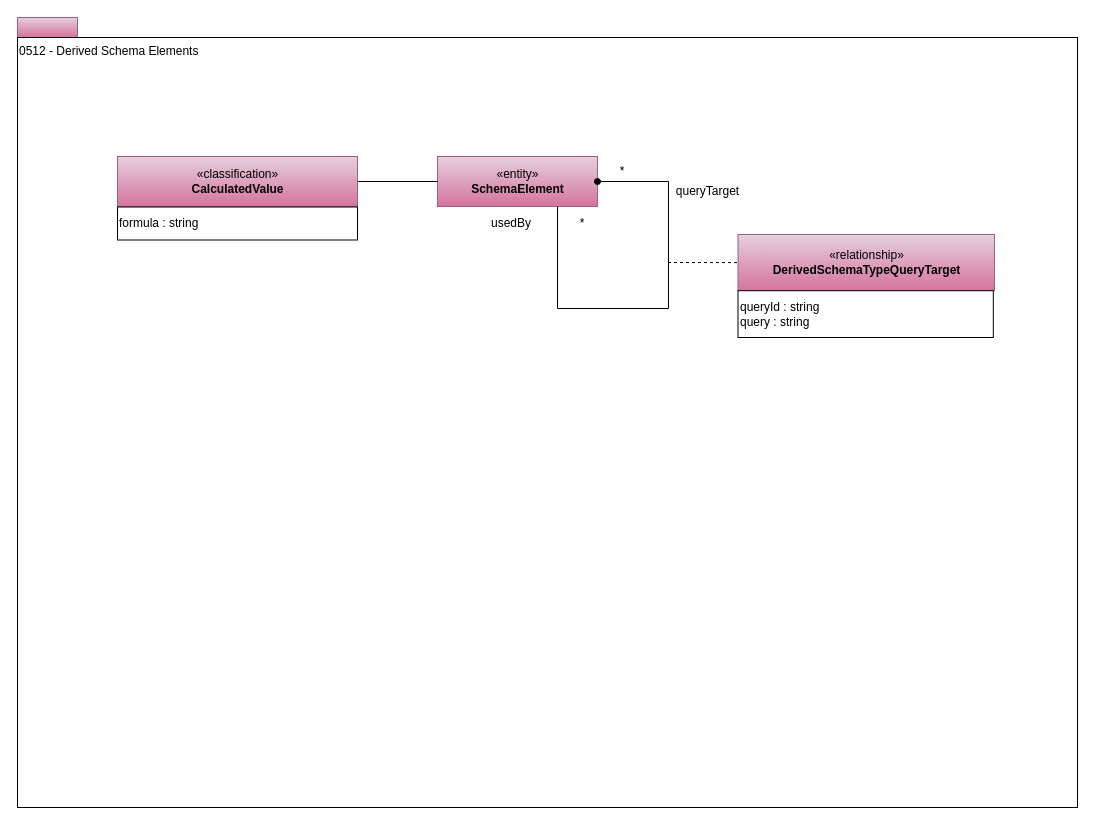
The draw.io diagram page "0512-Derived-Schema-Elements" (8 of 34) of site/docs/types/5/area-5-models-and-schema.drawio in odpi/egeria-docs, before the edit. Source tidied: cells renumbered, new cells numbered last; positions are measured from the earlier drawing's top-left corner, leaving out a move shared by most shapes. Both pictures are drawn from the tidied source at 100%, with x=0, y=0 at pixel (17, 17).
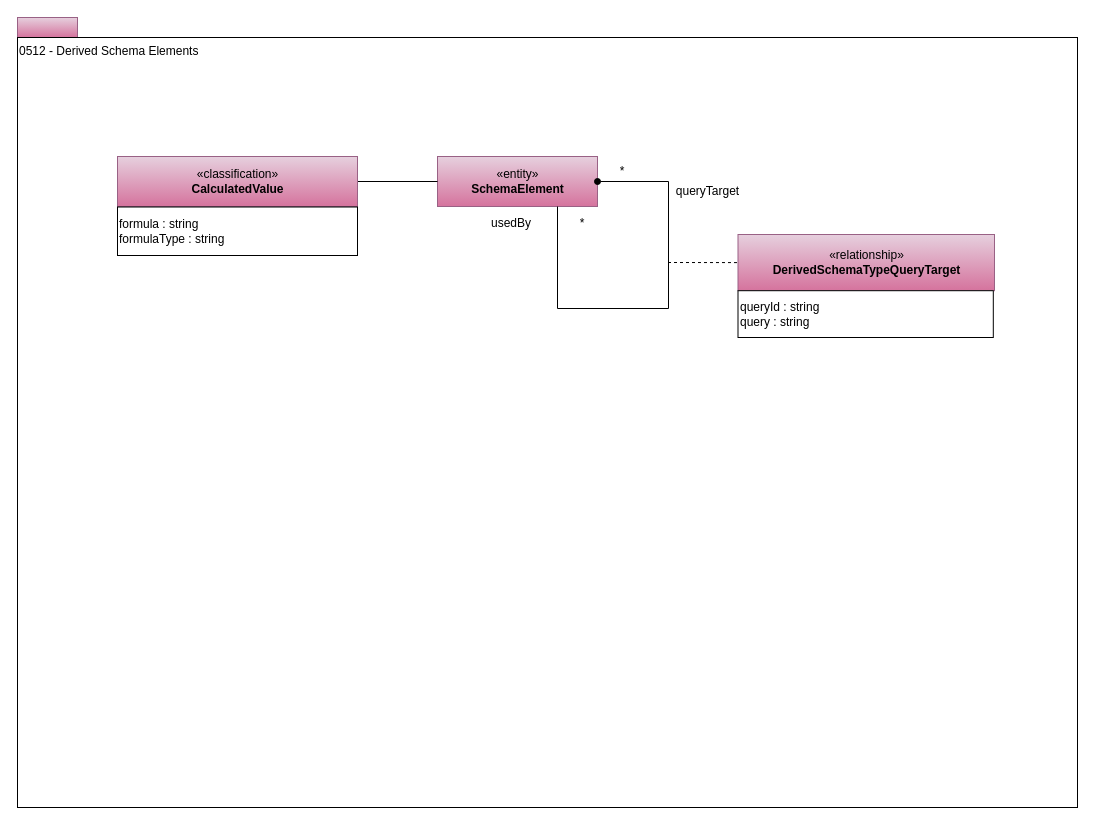
The same diagram, later.

What changed in the source:
```diff
@@
 <mxGraphModel>
   <root>
     <mxCell id="0" />
     <mxCell id="1" parent="0" />
     <mxCell id="2" style="rounded=0;whiteSpace=wrap;html=1;align=left;fillColor=#e6d0de;strokeColor=#996185;gradientColor=#d5739d;" parent="1" vertex="1">
       <mxGeometry width="60" height="20" as="geometry" />
     </mxCell>
     <mxCell id="3" value="0512 - Derived Schema Elements" style="rounded=0;whiteSpace=wrap;html=1;align=left;verticalAlign=top;" parent="1" vertex="1">
       <mxGeometry y="20" width="1060" height="770" as="geometry" />
     </mxCell>
     <mxCell id="4" value="«entity»&lt;br&gt;&lt;b&gt;SchemaElement&lt;/b&gt;" style="html=1;strokeColor=#996185;align=center;fillColor=#e6d0de;gradientColor=#d5739d;" parent="1" vertex="1">
       <mxGeometry x="420" y="139" width="160" height="50" as="geometry" />
     </mxCell>
     <mxCell id="5" value="*" style="text;html=1;strokeColor=none;fillColor=none;align=center;verticalAlign=middle;whiteSpace=wrap;rounded=0;" parent="1" vertex="1">
       <mxGeometry x="584.5" y="144" width="40" height="20" as="geometry" />
     </mxCell>
     <mxCell id="6" value="queryTarget" style="text;html=1;strokeColor=none;fillColor=none;align=center;verticalAlign=middle;whiteSpace=wrap;rounded=0;" parent="1" vertex="1">
       <mxGeometry x="629" y="164" width="123" height="20" as="geometry" />
     </mxCell>
     <mxCell id="7" value="*" style="text;html=1;strokeColor=none;fillColor=none;align=center;verticalAlign=middle;whiteSpace=wrap;rounded=0;" parent="1" vertex="1">
       <mxGeometry x="544.5" y="196" width="40" height="20" as="geometry" />
     </mxCell>
     <mxCell id="8" value="usedBy" style="text;html=1;strokeColor=none;fillColor=none;align=center;verticalAlign=middle;whiteSpace=wrap;rounded=0;" parent="1" vertex="1">
       <mxGeometry x="455" y="196" width="78" height="20" as="geometry" />
     </mxCell>
     <mxCell id="9" style="endArrow=none;dashed=1;html=1;entryX=0;entryY=0.5;entryDx=0;entryDy=0;" parent="1" edge="1" target="11">
       <mxGeometry relative="1" as="geometry">
         <mxPoint x="650.5" y="245" as="sourcePoint" />
       </mxGeometry>
     </mxCell>
     <mxCell id="10" style="group;" parent="1" vertex="1">
       <mxGeometry x="720.5" y="217" width="256.5" height="103" as="geometry" />
     </mxCell>
     <mxCell id="11" value="«relationship»&lt;br&gt;&lt;b&gt;DerivedSchemaTypeQueryTarget&lt;/b&gt;" style="html=1;strokeColor=#996185;align=center;fillColor=#e6d0de;gradientColor=#d5739d;" parent="10" vertex="1">
       <mxGeometry width="256.5" height="56.2" as="geometry" />
     </mxCell>
     <mxCell id="12" value="&lt;div style=&quot;text-align: left&quot;&gt;&lt;span&gt;queryId : string&lt;/span&gt;&lt;/div&gt;&lt;div style=&quot;text-align: left&quot;&gt;&lt;span&gt;query : string&lt;/span&gt;&lt;/div&gt;" style="rounded=0;whiteSpace=wrap;html=1;strokeColor=#000000;gradientColor=#ffffff;align=left;" parent="10" vertex="1">
       <mxGeometry y="56.2" width="255.3" height="46.8" as="geometry" />
     </mxCell>
     <mxCell id="13" style="edgeStyle=orthogonalEdgeStyle;rounded=0;jettySize=auto;html=1;exitX=1;exitY=0.5;exitDx=0;exitDy=0;entryX=0;entryY=0.5;entryDx=0;entryDy=0;startSize=6;endArrow=none;endFill=0;endSize=16;" parent="1" edge="1" source="14" target="4">
       <mxGeometry relative="1" as="geometry" />
     </mxCell>
     <mxCell id="14" value="«classification»&lt;br&gt;&lt;b&gt;CalculatedValue&lt;/b&gt;" style="html=1;strokeColor=#996185;align=center;fillColor=#e6d0de;gradientColor=#d5739d;" parent="1" vertex="1">
       <mxGeometry x="100" y="139" width="240" height="50" as="geometry" />
     </mxCell>
-    <mxCell id="15" value="&lt;span style=&quot;white-space: normal&quot;&gt;formula : string&lt;/span&gt;" style="rounded=0;whiteSpace=wrap;html=1;strokeColor=#000000;gradientColor=#ffffff;align=left;" parent="1" vertex="1">
-      <mxGeometry x="100" y="189.5" width="240" height="33" as="geometry" />
+    <mxCell id="15" value="&lt;span style=&quot;white-space: normal&quot;&gt;formula : string&lt;br&gt;formulaType : string&lt;br&gt;&lt;/span&gt;" style="rounded=0;whiteSpace=wrap;html=1;strokeColor=#000000;gradientColor=#ffffff;align=left;" parent="1" vertex="1">
+      <mxGeometry x="100" y="189.5" width="240" height="48.5" as="geometry" />
     </mxCell>
     <mxCell id="16" style="edgeStyle=orthogonalEdgeStyle;rounded=0;orthogonalLoop=1;jettySize=auto;html=1;exitX=1;exitY=0.5;exitDx=0;exitDy=0;endArrow=none;endFill=0;entryX=0.75;entryY=1;entryDx=0;entryDy=0;startArrow=oval;startFill=1;" parent="1" edge="1" source="4" target="4">
       <mxGeometry relative="1" as="geometry">
         <Array as="points">
           <mxPoint x="651" y="164" />
           <mxPoint x="651" y="291" />
           <mxPoint x="540" y="291" />
         </Array>
       </mxGeometry>
     </mxCell>
   </root>
 </mxGraphModel>
```
